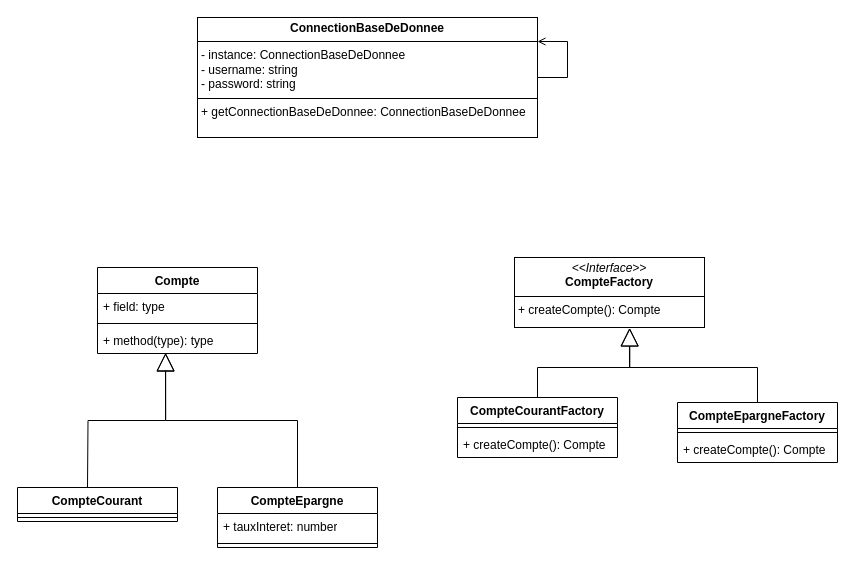
Above: docs/DiagrammeDeClasse.drawio in SamuelFMS/18-Dev-Design-Patern (draw.io), before the change. Source tidied: cells renumbered, new cells numbered last; positions are measured from the earlier drawing's top-left corner, leaving out a move shared by most shapes. Both pictures are drawn from the tidied source at 100%, with x=0, y=0 at pixel (17, 17).
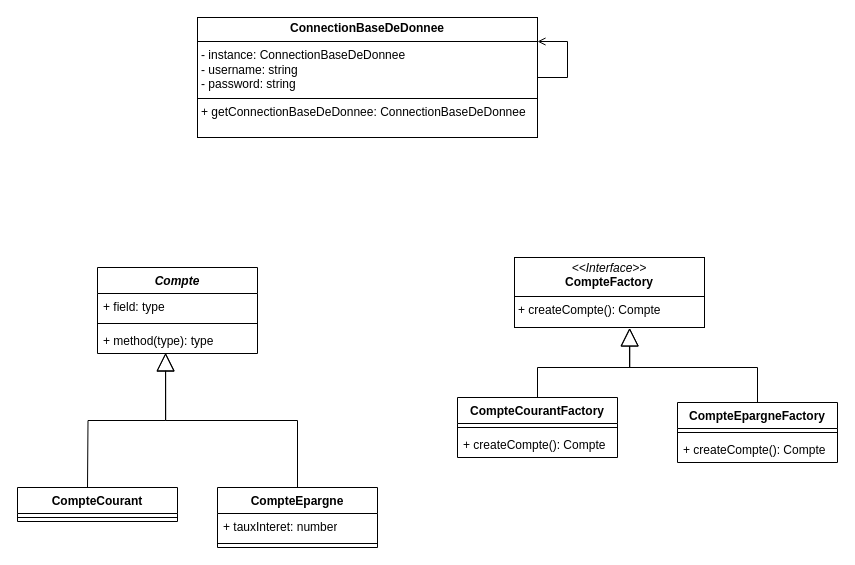
The same diagram, later.

Commit message:
docs: Changement la class compte devient abstract

What changed in the source:
```diff
@@
-    <mxCell id="4" value="Compte" style="swimlane;fontStyle=1;align=center;verticalAlign=top;horizontal=1;startSize=26;whiteSpace=wrap;html=1;" parent="1" vertex="1">
+    <mxCell id="4" value="&lt;i&gt;Compte&lt;/i&gt;" style="swimlane;fontStyle=1;align=center;verticalAlign=top;horizontal=1;startSize=26;whiteSpace=wrap;html=1;" parent="1" vertex="1">
       <mxGeometry x="80" y="250" width="160" height="86" as="geometry" />
     </mxCell>
```
